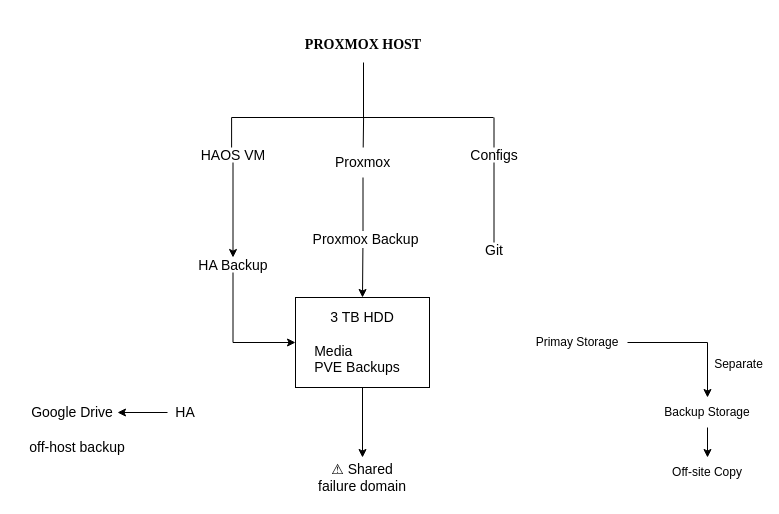
Above: diagrams/source/backup-architecture.drawio in frimpongemanuele/HomeLab (draw.io), before the change. Source tidied: cells renumbered, new cells numbered last; positions are measured from the earlier drawing's top-left corner, leaving out a move shared by most shapes. Both pictures are drawn from the tidied source at 100%, with x=0, y=0 at pixel (17, 17).
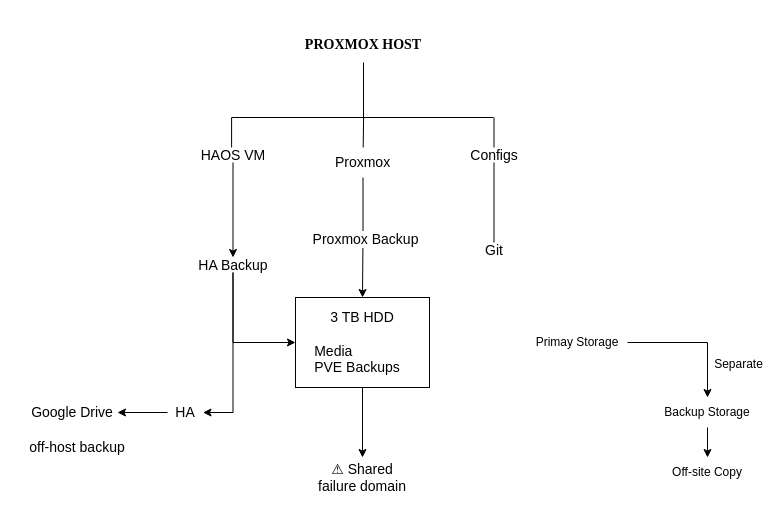
The same page after the edit.

The change refers to these unchanged cells:
```xml
<mxCell id="16" value="HA Backup" style="text;html=1;whiteSpace=wrap;strokeColor=none;fillColor=none;align=center;verticalAlign=middle;rounded=0;fontSize=14;" parent="1" vertex="1">
  <mxGeometry x="170.5" y="240" width="90" height="15" as="geometry" />
</mxCell>
<mxCell id="23" value="HA" style="text;html=1;whiteSpace=wrap;strokeColor=none;fillColor=none;align=center;verticalAlign=middle;rounded=0;fontSize=14;" parent="1" vertex="1">
  <mxGeometry x="150" y="380" width="35.5" height="30" as="geometry" />
</mxCell>
```

The edit, as a diff of the source:
```diff
@@
+    <mxCell id="31" style="endArrow=classic;html=1;rounded=0;fontFamily=Helvetica;fontSize=12;fontColor=default;exitX=0.5;exitY=1;exitDx=0;exitDy=0;entryX=1;entryY=0.5;entryDx=0;entryDy=0;" parent="1" edge="1" source="16" target="23">
+      <mxGeometry relative="1" as="geometry">
+        <Array as="points">
+          <mxPoint x="215.5" y="395" />
+        </Array>
+      </mxGeometry>
+    </mxCell>
```
